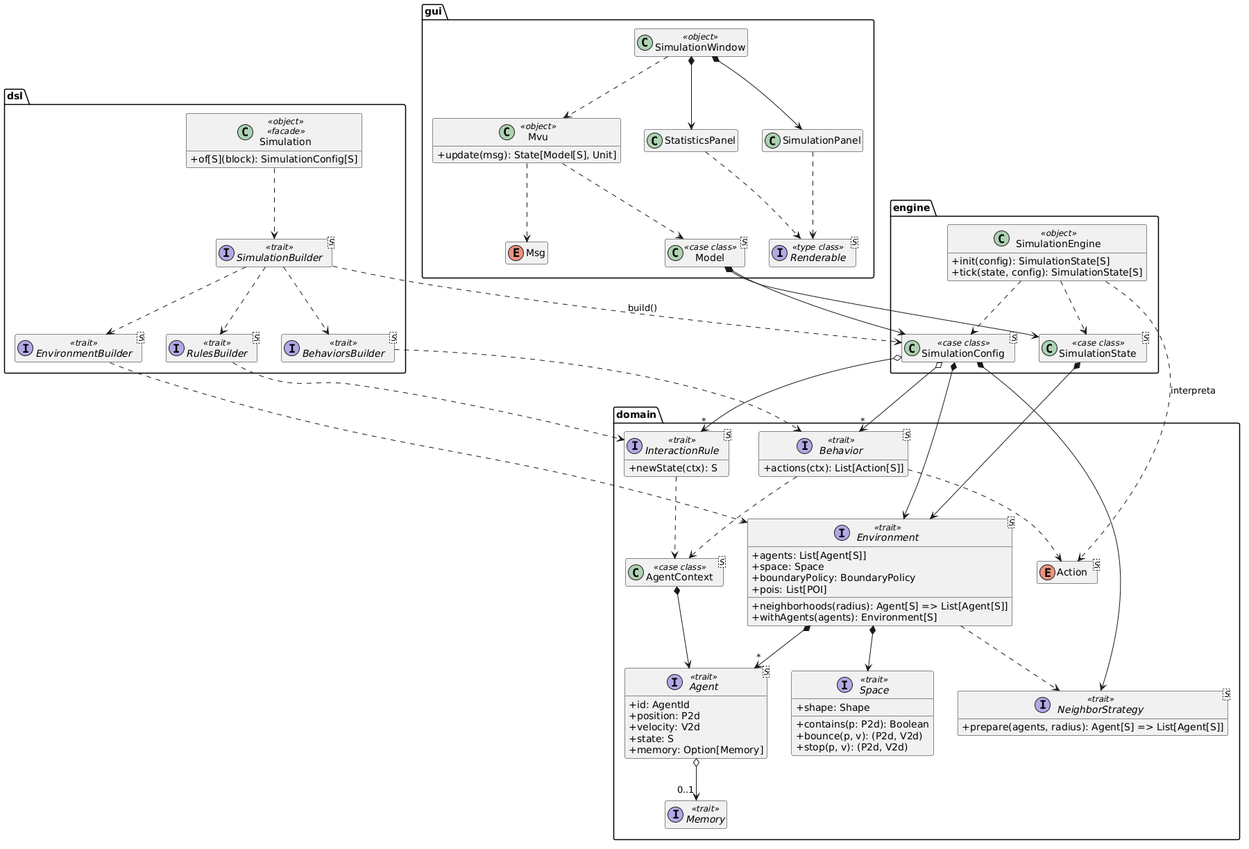
Earlier version of the PlantUML export docs/img/A2-architecture-overview.png (alessiobifulco/PPS-25-ABMScala).
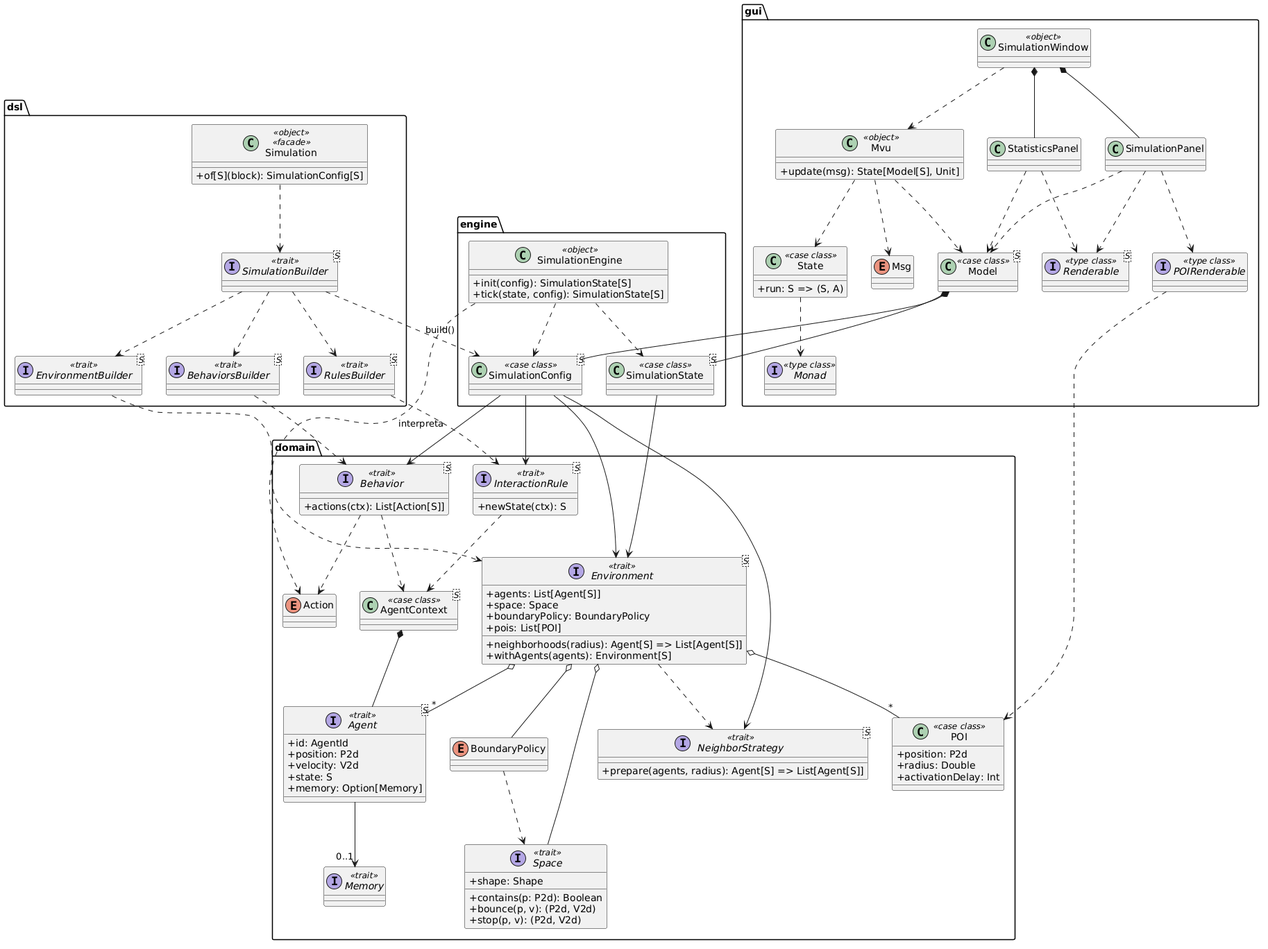
After the change.

The edit, as a diff of the source:
```diff
@@ -1,116 +1,128 @@
 @startuml
 skinparam classAttributeIconSize 0
-skinparam shadowing false
-hide empty members
-
-package domain {
-
-  interface "Agent<S>" as Agent <<trait>> {
-    + id: AgentId
-    + position: P2d
-    + velocity: V2d
-    + state: S
-    + memory: Option[Memory]
-  }
-
-  interface "Environment<S>" as Env <<trait>> {
-    + agents: List[Agent[S]]
-    + space: Space
-    + boundaryPolicy: BoundaryPolicy
-    + pois: List[POI]
-    + neighborhoods(radius): Agent[S] => List[Agent[S]]
-    + withAgents(agents): Environment[S]
-  }
-
-  interface Space <<trait>> {
-    + shape: Shape
-    + contains(p: P2d): Boolean
-    + bounce(p, v): (P2d, V2d)
-    + stop(p, v): (P2d, V2d)
-  }
-
-  interface "NeighborStrategy<S>" as NS <<trait>> {
-    + prepare(agents, radius): Agent[S] => List[Agent[S]]
-  }
-
-  interface "Behavior<S>" as Behavior <<trait>> {
-    + actions(ctx): List[Action[S]]
-  }
-
-  interface "InteractionRule<S>" as Rule <<trait>> {
-    + newState(ctx): S
-  }
-
-  class "AgentContext<S>" as Ctx <<case class>>
-  enum "Action<S>" as Action
-  interface Memory <<trait>>
-}
 
 package dsl {
   class Simulation <<object>> <<facade>> {
-    + of[S](block): SimulationConfig[S]
+    +of[S](block): SimulationConfig[S]
   }
-  interface "SimulationBuilder<S>" as SB <<trait>>
-  interface "EnvironmentBuilder<S>" as EB <<trait>>
-  interface "BehaviorsBuilder<S>" as BB <<trait>>
-  interface "RulesBuilder<S>" as RB <<trait>>
-}
-
-package engine {
-  class SimulationEngine <<object>> {
-    + init(config): SimulationState[S]
-    + tick(state, config): SimulationState[S]
-  }
-  class "SimulationConfig<S>" as Config <<case class>>
-  class "SimulationState<S>" as SState <<case class>>
+  interface SimulationBuilder<S> <<trait>>
+  interface EnvironmentBuilder<S> <<trait>>
+  interface RulesBuilder<S> <<trait>>
+  interface BehaviorsBuilder<S> <<trait>>
 }
 
 package gui {
   class SimulationWindow <<object>>
   class Mvu <<object>> {
-    + update(msg): State[Model[S], Unit]
+    +update(msg): State[Model[S], Unit]
   }
-  class "Model<S>" as Model <<case class>>
+  class StatisticsPanel
+  class SimulationPanel
   enum Msg
-  interface "Renderable<S>" as Renderable <<type class>>
-  class SimulationPanel
-  class StatisticsPanel
+  class Model<S> <<case class>>
+  class GuiState as "State" <<case class>> {
+    +run: S => (S, A)
+  }
+  interface Monad <<type class>>
+  interface Renderable<S> <<type class>>
+  interface POIRenderable <<type class>>
 }
 
-Env *--> "*" Agent
-Env *--> Space
-Env ..> NS
-Ctx *--> Agent
-Behavior ..> Ctx
-Behavior ..> Action
-Rule ..> Ctx
-Agent o--> "0..1" Memory
+package engine {
+  class SimulationEngine <<object>> {
+    +init(config): SimulationState[S]
+    +tick(state, config): SimulationState[S]
+  }
+  class SimulationConfig<S> <<case class>>
+  class SimulationState<S> <<case class>>
+}
 
-Simulation ..> SB
-SB ..> EB
-SB ..> BB
-SB ..> RB
-SB ..> Config : build()
-BB ..> Behavior
-RB ..> Rule
-EB ..> Env
+package domain {
+  interface InteractionRule<S> <<trait>> {
+    +newState(ctx): S
+  }
+  interface Behavior<S> <<trait>> {
+    +actions(ctx): List[Action[S]]
+  }
+  interface Environment<S> <<trait>> {
+    +agents: List[Agent[S]]
+    +space: Space
+    +boundaryPolicy: BoundaryPolicy
+    +pois: List[POI]
+    +neighborhoods(radius): Agent[S] => List[Agent[S]]
+    +withAgents(agents): Environment[S]
+  }
+  class AgentContext<S> <<case class>>
+  interface Agent<S> <<trait>> {
+    +id: AgentId
+    +position: P2d
+    +velocity: V2d
+    +state: S
+    +memory: Option[Memory]
+  }
+  interface Space <<trait>> {
+    +shape: Shape
+    +contains(p: P2d): Boolean
+    +bounce(p, v): (P2d, V2d)
+    +stop(p, v): (P2d, V2d)
+  }
+  enum BoundaryPolicy
+  class POI <<case class>> {
+    +position: P2d
+    +radius: Double
+    +activationDelay: Int
+  }
+  interface NeighborStrategy<S> <<trait>> {
+    +prepare(agents, radius): Agent[S] => List[Agent[S]]
+  }
+  enum Action
+  interface Memory <<trait>>
+}
 
-Config *--> Env
-Config o--> "*" Behavior
-Config o--> "*" Rule
-Config *--> NS
-SState *--> Env
-SimulationEngine ..> Config
-SimulationEngine ..> SState
+Simulation ..> SimulationBuilder
+SimulationBuilder ..> EnvironmentBuilder
+SimulationBuilder ..> RulesBuilder
+SimulationBuilder ..> BehaviorsBuilder
+SimulationBuilder ..> SimulationConfig : build()
+EnvironmentBuilder ..> Environment
+RulesBuilder ..> InteractionRule
+BehaviorsBuilder ..> Behavior
+
+SimulationWindow *-- SimulationPanel
+SimulationWindow *-- StatisticsPanel
+SimulationWindow ..> Mvu
+Mvu ..> Msg
+Mvu ..> Model
+Mvu ..> GuiState
+GuiState ..> Monad
+SimulationPanel ..> Model
+SimulationPanel ..> Renderable
+SimulationPanel ..> POIRenderable
+StatisticsPanel ..> Model
+StatisticsPanel ..> Renderable
+POIRenderable ..> POI
+
+Model *-- SimulationConfig
+Model *-- SimulationState
+SimulationEngine ..> SimulationConfig
+SimulationEngine ..> SimulationState
 SimulationEngine ..> Action : interpreta
 
-Model *--> SState
-Model *--> Config
-Mvu ..> Model
-Mvu ..> Msg
-SimulationWindow ..> Mvu
-SimulationWindow *--> SimulationPanel
-SimulationWindow *--> StatisticsPanel
-SimulationPanel ..> Renderable
-StatisticsPanel ..> Renderable
+SimulationConfig --> Environment
+SimulationConfig --> Behavior
+SimulationConfig --> InteractionRule
+SimulationConfig --> NeighborStrategy
+SimulationState --> Environment
+
+InteractionRule ..> AgentContext
+Behavior ..> AgentContext
+Behavior ..> Action
+AgentContext *-- Agent
+Environment o-- "*" Agent
+Environment o-- Space
+Environment o-- BoundaryPolicy
+Environment o-- "*" POI
+Environment ..> NeighborStrategy
+BoundaryPolicy ..> Space
+Agent --> "0..1" Memory
 @enduml
```
